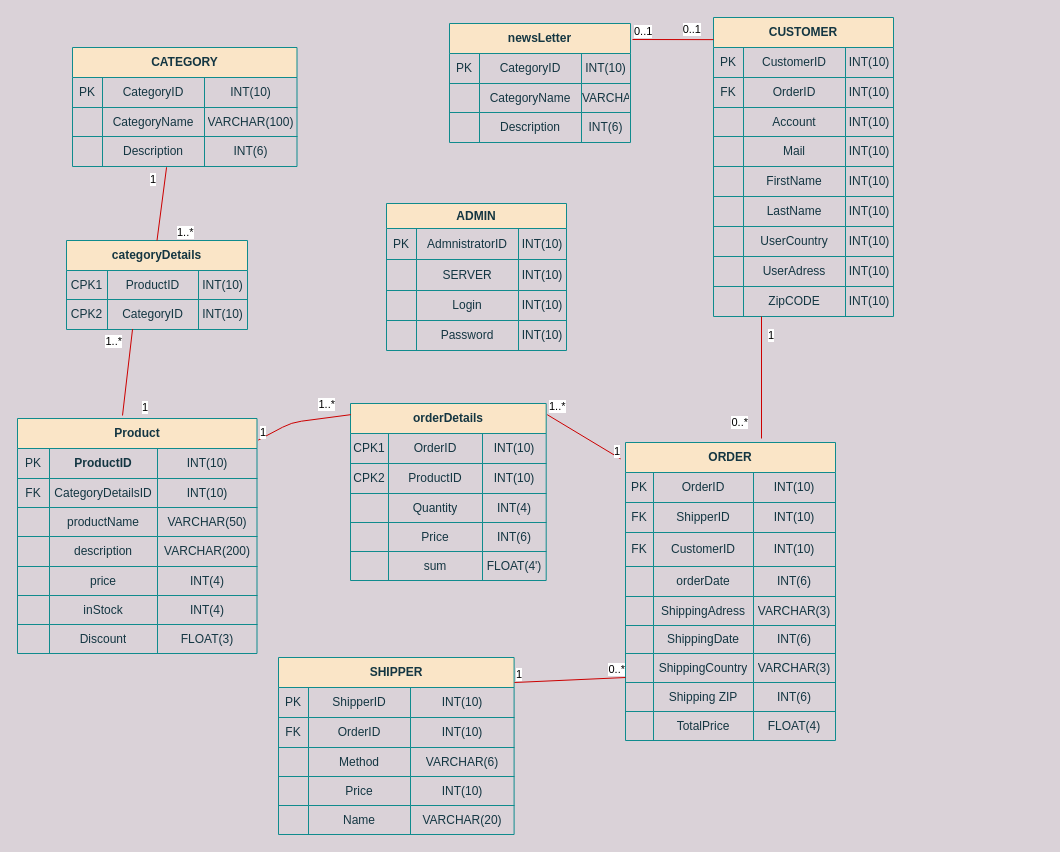
Before: fysisktDiagram.drawio in TechWithRyan/Webbshop, a draw.io diagram. Source tidied: cells renumbered, new cells numbered last; positions are measured from the earlier drawing's top-left corner, leaving out a move shared by most shapes. Both pictures are drawn from the tidied source at 100%, with x=0, y=0 at pixel (17, 17).
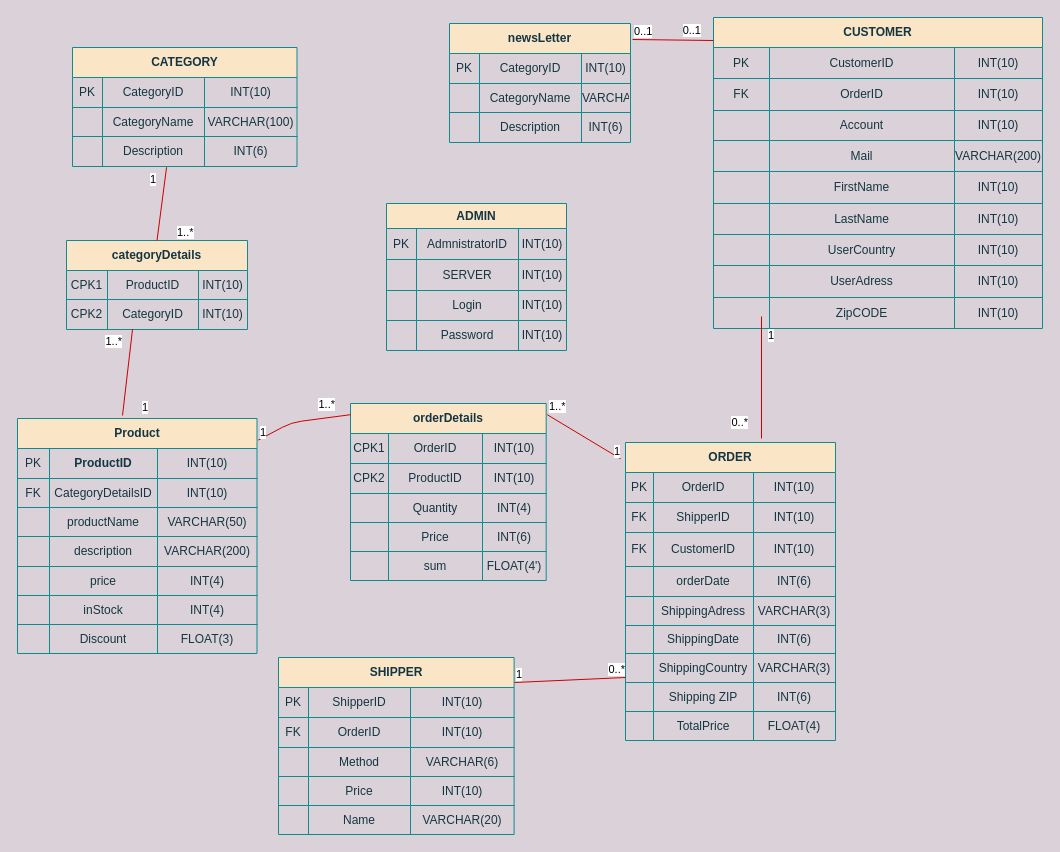
The same diagram, later.

The edit, as a diff of the source:
```diff
@@
     <mxCell id="48" value="CUSTOMER" style="shape=table;html=1;whiteSpace=wrap;startSize=30;childLayout=tableLayout;fontStyle=1;align=center;fillColor=#FAE5C7;strokeColor=#0F8B8D;fontColor=#143642;" parent="1" vertex="1">
-      <mxGeometry x="696" width="180" height="299" as="geometry" />
+      <mxGeometry x="696" width="329" height="311" as="geometry" />
     </mxCell>
     <mxCell id="49" style="shape=partialRectangle;html=1;whiteSpace=wrap;fillColor=none;top=0;left=0;bottom=0;right=0;strokeColor=#0F8B8D;fontColor=#143642;" parent="48" vertex="1">
-      <mxGeometry y="30" width="180" height="30" as="geometry" />
+      <mxGeometry y="30" width="329" height="31" as="geometry" />
     </mxCell>
     <mxCell id="50" value="PK" style="shape=partialRectangle;html=1;whiteSpace=wrap;fillColor=none;top=0;left=0;bottom=0;right=0;overflow=hidden;strokeColor=#0F8B8D;fontColor=#143642;" parent="49" vertex="1">
-      <mxGeometry width="30" height="30" as="geometry" />
+      <mxGeometry width="56" height="31" as="geometry" />
     </mxCell>
     <mxCell id="51" value="&lt;span&gt;CustomerID&lt;/span&gt;" style="shape=partialRectangle;html=1;whiteSpace=wrap;fillColor=none;top=0;left=0;bottom=0;right=0;overflow=hidden;strokeColor=#0F8B8D;fontColor=#143642;" parent="49" vertex="1">
-      <mxGeometry x="30" width="102" height="30" as="geometry" />
+      <mxGeometry x="56" width="185" height="31" as="geometry" />
     </mxCell>
     <mxCell id="52" value="INT(10)" style="shape=partialRectangle;html=1;whiteSpace=wrap;fillColor=none;top=0;left=0;bottom=0;right=0;overflow=hidden;strokeColor=#0F8B8D;fontColor=#143642;" parent="49" vertex="1">
-      <mxGeometry x="132" width="48" height="30" as="geometry" />
+      <mxGeometry x="241" width="88" height="31" as="geometry" />
     </mxCell>
     <mxCell id="53" style="shape=partialRectangle;html=1;whiteSpace=wrap;fillColor=none;top=0;left=0;bottom=0;right=0;strokeColor=#0F8B8D;fontColor=#143642;" parent="48" vertex="1">
-      <mxGeometry y="60" width="180" height="30" as="geometry" />
+      <mxGeometry y="61" width="329" height="32" as="geometry" />
     </mxCell>
     <mxCell id="54" value="FK" style="shape=partialRectangle;html=1;whiteSpace=wrap;fillColor=none;top=0;left=0;bottom=0;right=0;overflow=hidden;strokeColor=#0F8B8D;fontColor=#143642;" parent="53" vertex="1">
-      <mxGeometry width="30" height="30" as="geometry" />
+      <mxGeometry width="56" height="32" as="geometry" />
     </mxCell>
     <mxCell id="55" value="OrderID" style="shape=partialRectangle;html=1;whiteSpace=wrap;fillColor=none;top=0;left=0;bottom=0;right=0;overflow=hidden;strokeColor=#0F8B8D;fontColor=#143642;" parent="53" vertex="1">
-      <mxGeometry x="30" width="102" height="30" as="geometry" />
+      <mxGeometry x="56" width="185" height="32" as="geometry" />
     </mxCell>
     <mxCell id="56" value="INT(10)" style="shape=partialRectangle;html=1;whiteSpace=wrap;fillColor=none;top=0;left=0;bottom=0;right=0;overflow=hidden;strokeColor=#0F8B8D;fontColor=#143642;" parent="53" vertex="1">
-      <mxGeometry x="132" width="48" height="30" as="geometry" />
+      <mxGeometry x="241" width="88" height="32" as="geometry" />
     </mxCell>
     <mxCell id="57" style="shape=partialRectangle;html=1;whiteSpace=wrap;fillColor=none;top=0;left=0;bottom=0;right=0;strokeColor=#0F8B8D;fontColor=#143642;" parent="48" vertex="1">
-      <mxGeometry y="90" width="180" height="29" as="geometry" />
+      <mxGeometry y="93" width="329" height="30" as="geometry" />
     </mxCell>
     <mxCell id="58" style="shape=partialRectangle;html=1;whiteSpace=wrap;fillColor=none;top=0;left=0;bottom=0;right=0;overflow=hidden;strokeColor=#0F8B8D;fontColor=#143642;" parent="57" vertex="1">
-      <mxGeometry width="30" height="29" as="geometry" />
+      <mxGeometry width="56" height="30" as="geometry" />
     </mxCell>
     <mxCell id="59" value="&lt;span style=&quot;text-align: left&quot;&gt;Account&lt;/span&gt;" style="shape=partialRectangle;html=1;whiteSpace=wrap;fillColor=none;top=0;left=0;bottom=0;right=0;overflow=hidden;strokeColor=#0F8B8D;fontColor=#143642;" parent="57" vertex="1">
-      <mxGeometry x="30" width="102" height="29" as="geometry" />
+      <mxGeometry x="56" width="185" height="30" as="geometry" />
     </mxCell>
     <mxCell id="60" value="&lt;span&gt;INT(10)&lt;/span&gt;" style="shape=partialRectangle;html=1;whiteSpace=wrap;fillColor=none;top=0;left=0;bottom=0;right=0;overflow=hidden;strokeColor=#0F8B8D;fontColor=#143642;" parent="57" vertex="1">
-      <mxGeometry x="132" width="48" height="29" as="geometry" />
+      <mxGeometry x="241" width="88" height="30" as="geometry" />
     </mxCell>
     <mxCell id="61" style="shape=partialRectangle;html=1;whiteSpace=wrap;fillColor=none;top=0;left=0;bottom=0;right=0;strokeColor=#0F8B8D;fontColor=#143642;" parent="48" vertex="1">
-      <mxGeometry y="119" width="180" height="30" as="geometry" />
+      <mxGeometry y="123" width="329" height="31" as="geometry" />
     </mxCell>
     <mxCell id="62" style="shape=partialRectangle;html=1;whiteSpace=wrap;fillColor=none;top=0;left=0;bottom=0;right=0;overflow=hidden;strokeColor=#0F8B8D;fontColor=#143642;" parent="61" vertex="1">
-      <mxGeometry width="30" height="30" as="geometry" />
+      <mxGeometry width="56" height="31" as="geometry" />
     </mxCell>
     <mxCell id="63" value="&lt;span style=&quot;text-align: left&quot;&gt;Mail&lt;/span&gt;" style="shape=partialRectangle;html=1;whiteSpace=wrap;fillColor=none;top=0;left=0;bottom=0;right=0;overflow=hidden;strokeColor=#0F8B8D;fontColor=#143642;" parent="61" vertex="1">
-      <mxGeometry x="30" width="102" height="30" as="geometry" />
+      <mxGeometry x="56" width="185" height="31" as="geometry" />
     </mxCell>
-    <mxCell id="64" value="&lt;span&gt;INT(10)&lt;/span&gt;" style="shape=partialRectangle;html=1;whiteSpace=wrap;fillColor=none;top=0;left=0;bottom=0;right=0;overflow=hidden;strokeColor=#0F8B8D;fontColor=#143642;" parent="61" vertex="1">
-      <mxGeometry x="132" width="48" height="30" as="geometry" />
+    <mxCell id="64" value="&lt;span&gt;VARCHAR(200)&lt;/span&gt;" style="shape=partialRectangle;html=1;whiteSpace=wrap;fillColor=none;top=0;left=0;bottom=0;right=0;overflow=hidden;strokeColor=#0F8B8D;fontColor=#143642;" parent="61" vertex="1">
+      <mxGeometry x="241" width="88" height="31" as="geometry" />
     </mxCell>
     <mxCell id="65" style="shape=partialRectangle;html=1;whiteSpace=wrap;fillColor=none;top=0;left=0;bottom=0;right=0;strokeColor=#0F8B8D;fontColor=#143642;" parent="48" vertex="1">
-      <mxGeometry y="149" width="180" height="30" as="geometry" />
+      <mxGeometry y="154" width="329" height="32" as="geometry" />
     </mxCell>
     <mxCell id="66" style="shape=partialRectangle;html=1;whiteSpace=wrap;fillColor=none;top=0;left=0;bottom=0;right=0;overflow=hidden;strokeColor=#0F8B8D;fontColor=#143642;" parent="65" vertex="1">
-      <mxGeometry width="30" height="30" as="geometry" />
+      <mxGeometry width="56" height="32" as="geometry" />
     </mxCell>
     <mxCell id="67" value="FirstName" style="shape=partialRectangle;html=1;whiteSpace=wrap;fillColor=none;top=0;left=0;bottom=0;right=0;overflow=hidden;strokeColor=#0F8B8D;fontColor=#143642;" parent="65" vertex="1">
-      <mxGeometry x="30" width="102" height="30" as="geometry" />
+      <mxGeometry x="56" width="185" height="32" as="geometry" />
     </mxCell>
     <mxCell id="68" value="&lt;span&gt;INT(10)&lt;/span&gt;" style="shape=partialRectangle;html=1;whiteSpace=wrap;fillColor=none;top=0;left=0;bottom=0;right=0;overflow=hidden;strokeColor=#0F8B8D;fontColor=#143642;" parent="65" vertex="1">
-      <mxGeometry x="132" width="48" height="30" as="geometry" />
+      <mxGeometry x="241" width="88" height="32" as="geometry" />
     </mxCell>
     <mxCell id="69" style="shape=partialRectangle;html=1;whiteSpace=wrap;fillColor=none;top=0;left=0;bottom=0;right=0;strokeColor=#0F8B8D;fontColor=#143642;" parent="48" vertex="1">
-      <mxGeometry y="179" width="180" height="30" as="geometry" />
+      <mxGeometry y="186" width="329" height="31" as="geometry" />
     </mxCell>
     <mxCell id="70" style="shape=partialRectangle;html=1;whiteSpace=wrap;fillColor=none;top=0;left=0;bottom=0;right=0;overflow=hidden;strokeColor=#0F8B8D;fontColor=#143642;" parent="69" vertex="1">
-      <mxGeometry width="30" height="30" as="geometry" />
+      <mxGeometry width="56" height="31" as="geometry" />
     </mxCell>
     <mxCell id="71" value="LastName" style="shape=partialRectangle;html=1;whiteSpace=wrap;fillColor=none;top=0;left=0;bottom=0;right=0;overflow=hidden;strokeColor=#0F8B8D;fontColor=#143642;" parent="69" vertex="1">
-      <mxGeometry x="30" width="102" height="30" as="geometry" />
+      <mxGeometry x="56" width="185" height="31" as="geometry" />
     </mxCell>
     <mxCell id="72" value="&lt;span&gt;INT(10)&lt;/span&gt;" style="shape=partialRectangle;html=1;whiteSpace=wrap;fillColor=none;top=0;left=0;bottom=0;right=0;overflow=hidden;strokeColor=#0F8B8D;fontColor=#143642;" parent="69" vertex="1">
-      <mxGeometry x="132" width="48" height="30" as="geometry" />
+      <mxGeometry x="241" width="88" height="31" as="geometry" />
     </mxCell>
     <mxCell id="73" style="shape=partialRectangle;html=1;whiteSpace=wrap;fillColor=none;top=0;left=0;bottom=0;right=0;strokeColor=#0F8B8D;fontColor=#143642;" parent="48" vertex="1">
-      <mxGeometry y="209" width="180" height="30" as="geometry" />
+      <mxGeometry y="217" width="329" height="31" as="geometry" />
     </mxCell>
     <mxCell id="74" style="shape=partialRectangle;html=1;whiteSpace=wrap;fillColor=none;top=0;left=0;bottom=0;right=0;overflow=hidden;strokeColor=#0F8B8D;fontColor=#143642;" parent="73" vertex="1">
-      <mxGeometry width="30" height="30" as="geometry" />
+      <mxGeometry width="56" height="31" as="geometry" />
     </mxCell>
     <mxCell id="75" value="UserCountry" style="shape=partialRectangle;html=1;whiteSpace=wrap;fillColor=none;top=0;left=0;bottom=0;right=0;overflow=hidden;strokeColor=#0F8B8D;fontColor=#143642;" parent="73" vertex="1">
-      <mxGeometry x="30" width="102" height="30" as="geometry" />
+      <mxGeometry x="56" width="185" height="31" as="geometry" />
     </mxCell>
     <mxCell id="76" value="&lt;span&gt;INT(10)&lt;/span&gt;" style="shape=partialRectangle;html=1;whiteSpace=wrap;fillColor=none;top=0;left=0;bottom=0;right=0;overflow=hidden;strokeColor=#0F8B8D;fontColor=#143642;" parent="73" vertex="1">
-      <mxGeometry x="132" width="48" height="30" as="geometry" />
+      <mxGeometry x="241" width="88" height="31" as="geometry" />
     </mxCell>
     <mxCell id="77" style="shape=partialRectangle;html=1;whiteSpace=wrap;fillColor=none;top=0;left=0;bottom=0;right=0;strokeColor=#0F8B8D;fontColor=#143642;" parent="48" vertex="1">
-      <mxGeometry y="239" width="180" height="30" as="geometry" />
+      <mxGeometry y="248" width="329" height="32" as="geometry" />
     </mxCell>
     <mxCell id="78" style="shape=partialRectangle;html=1;whiteSpace=wrap;fillColor=none;top=0;left=0;bottom=0;right=0;overflow=hidden;strokeColor=#0F8B8D;fontColor=#143642;" parent="77" vertex="1">
-      <mxGeometry width="30" height="30" as="geometry" />
+      <mxGeometry width="56" height="32" as="geometry" />
     </mxCell>
     <mxCell id="79" value="UserAdress" style="shape=partialRectangle;html=1;whiteSpace=wrap;fillColor=none;top=0;left=0;bottom=0;right=0;overflow=hidden;strokeColor=#0F8B8D;fontColor=#143642;" parent="77" vertex="1">
-      <mxGeometry x="30" width="102" height="30" as="geometry" />
+      <mxGeometry x="56" width="185" height="32" as="geometry" />
     </mxCell>
     <mxCell id="80" value="&lt;span&gt;INT(10)&lt;/span&gt;" style="shape=partialRectangle;html=1;whiteSpace=wrap;fillColor=none;top=0;left=0;bottom=0;right=0;overflow=hidden;strokeColor=#0F8B8D;fontColor=#143642;" parent="77" vertex="1">
-      <mxGeometry x="132" width="48" height="30" as="geometry" />
+      <mxGeometry x="241" width="88" height="32" as="geometry" />
     </mxCell>
     <mxCell id="81" style="shape=partialRectangle;html=1;whiteSpace=wrap;fillColor=none;top=0;left=0;bottom=0;right=0;strokeColor=#0F8B8D;fontColor=#143642;" parent="48" vertex="1">
-      <mxGeometry y="269" width="180" height="30" as="geometry" />
+      <mxGeometry y="280" width="329" height="31" as="geometry" />
     </mxCell>
     <mxCell id="82" style="shape=partialRectangle;html=1;whiteSpace=wrap;fillColor=none;top=0;left=0;bottom=0;right=0;overflow=hidden;strokeColor=#0F8B8D;fontColor=#143642;" parent="81" vertex="1">
-      <mxGeometry width="30" height="30" as="geometry" />
+      <mxGeometry width="56" height="31" as="geometry" />
     </mxCell>
     <mxCell id="83" value="ZipCODE" style="shape=partialRectangle;html=1;whiteSpace=wrap;fillColor=none;top=0;left=0;bottom=0;right=0;overflow=hidden;strokeColor=#0F8B8D;fontColor=#143642;" parent="81" vertex="1">
-      <mxGeometry x="30" width="102" height="30" as="geometry" />
+      <mxGeometry x="56" width="185" height="31" as="geometry" />
     </mxCell>
     <mxCell id="84" value="&lt;span&gt;INT(10)&lt;/span&gt;" style="shape=partialRectangle;html=1;whiteSpace=wrap;fillColor=none;top=0;left=0;bottom=0;right=0;overflow=hidden;strokeColor=#0F8B8D;fontColor=#143642;" parent="81" vertex="1">
-      <mxGeometry x="132" width="48" height="30" as="geometry" />
+      <mxGeometry x="241" width="88" height="31" as="geometry" />
     </mxCell>
```
